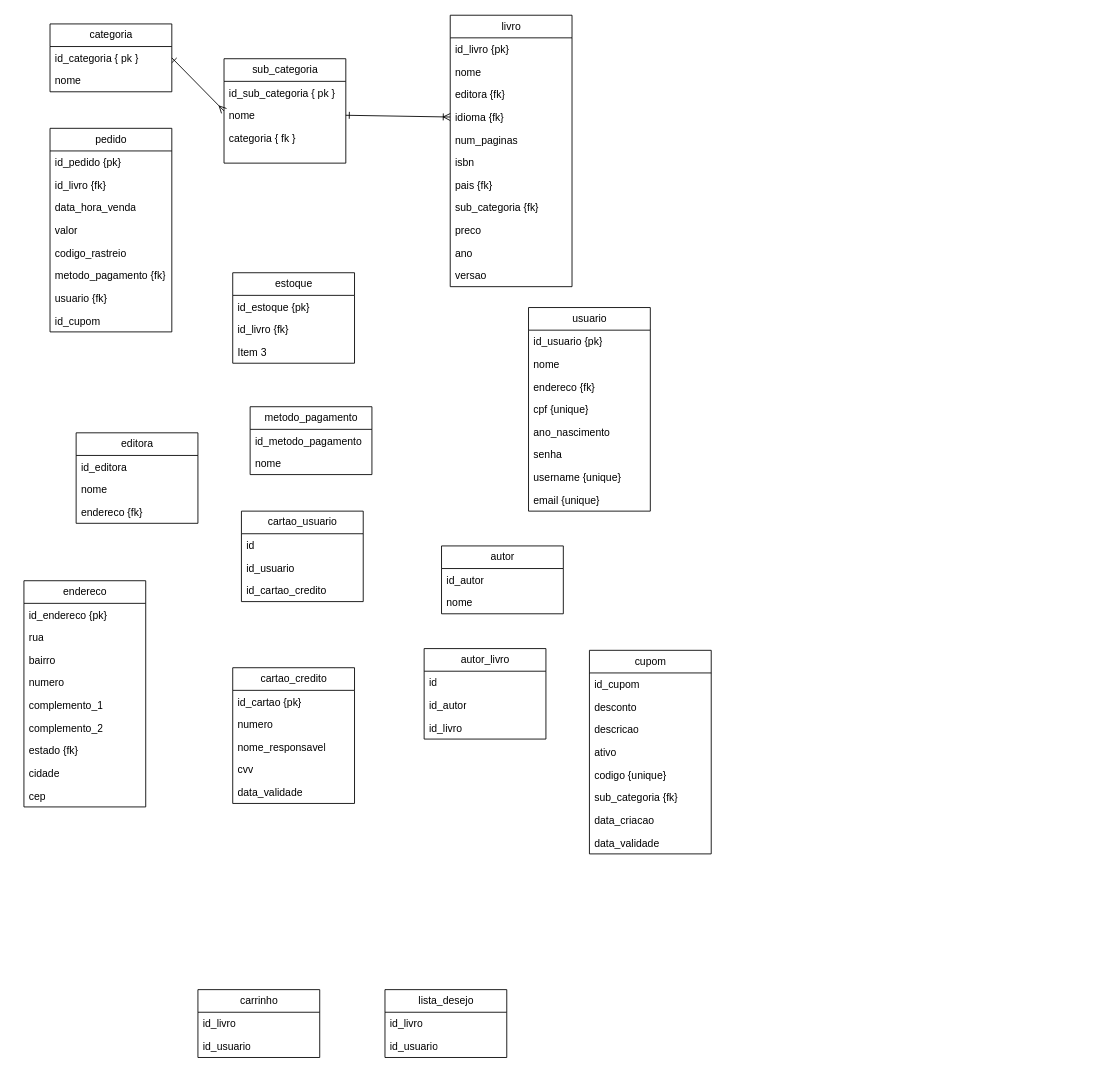
Earlier version of the draw.io diagram documentacao/modelagem.drawio (GusDev0258/55DSW-Livraria-back-end). Source tidied: cells renumbered, new cells numbered last; positions are measured from the earlier drawing's top-left corner, leaving out a move shared by most shapes. Both pictures are drawn from the tidied source at 87%, with x=0, y=0 at pixel (23, 15).
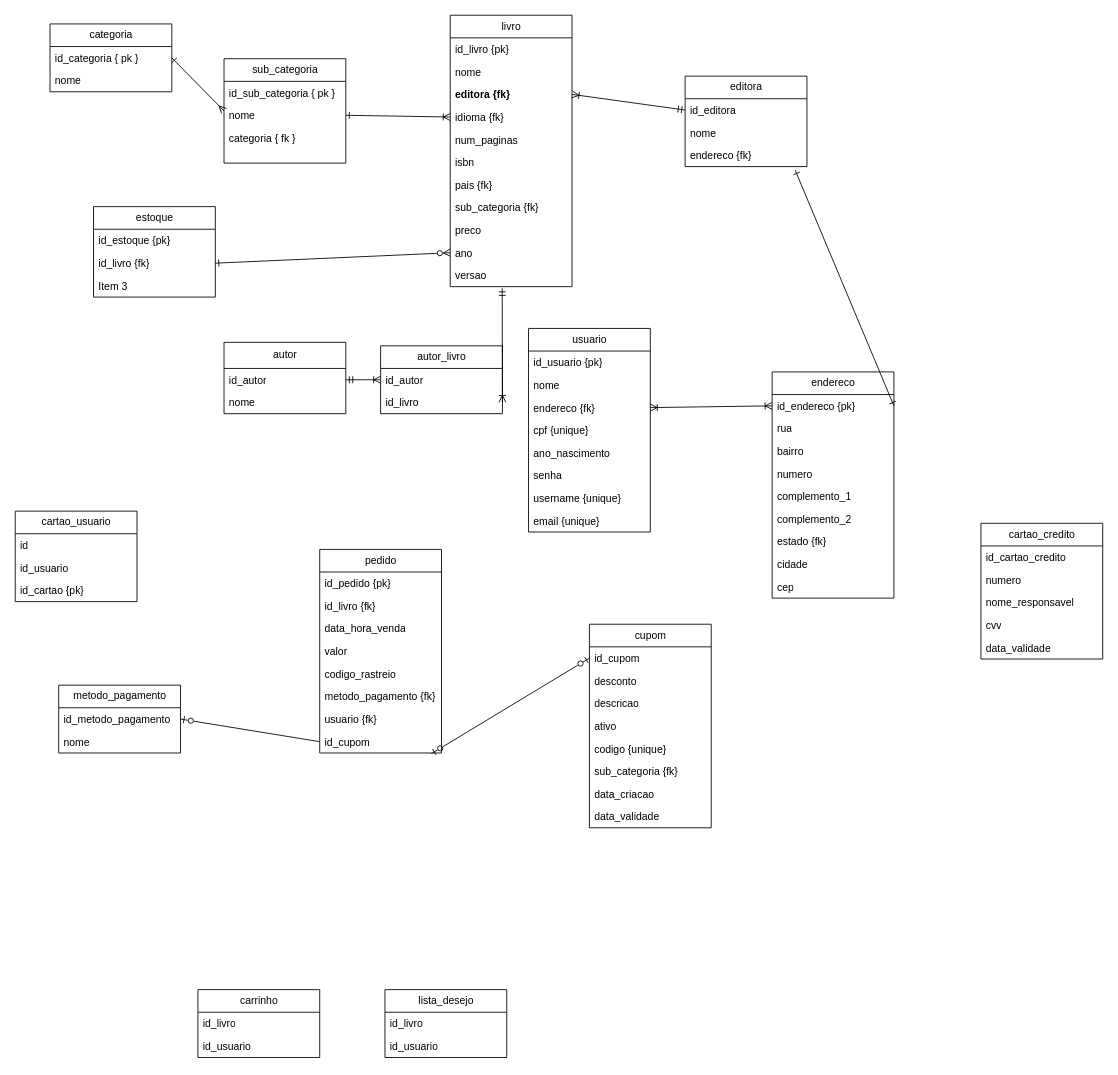
Above is the later version.

Unchanged cells that the change refers to:
```xml
<mxCell id="9" value="livro" style="swimlane;fontStyle=0;horizontal=1;startSize=26;fillColor=none;html=1;" parent="1" vertex="1">
  <mxGeometry x="490" width="140" height="312" as="geometry" />
</mxCell>
<mxCell id="19" value="ano" style="text;strokeColor=none;fillColor=none;align=left;verticalAlign=top;spacingLeft=4;spacingRight=4;overflow=hidden;points=[[0,0.5],[1,0.5]];portConstraint=eastwest;whiteSpace=wrap;html=1;" parent="9" vertex="1">
  <mxGeometry y="260" width="140" height="26" as="geometry" />
</mxCell>
<mxCell id="20" value="versao" style="text;strokeColor=none;fillColor=none;align=left;verticalAlign=top;spacingLeft=4;spacingRight=4;overflow=hidden;points=[[0,0.5],[1,0.5]];portConstraint=eastwest;whiteSpace=wrap;html=1;" parent="9" vertex="1">
  <mxGeometry y="286" width="140" height="26" as="geometry" />
</mxCell>
<mxCell id="29" value="id_cupom" style="text;strokeColor=none;fillColor=none;align=left;verticalAlign=top;spacingLeft=4;spacingRight=4;overflow=hidden;points=[[0,0.5],[1,0.5]];portConstraint=eastwest;whiteSpace=wrap;html=1;" parent="21" vertex="1">
  <mxGeometry y="208" width="140" height="26" as="geometry" />
</mxCell>
<mxCell id="32" value="id_livro {fk}" style="text;strokeColor=none;fillColor=none;align=left;verticalAlign=top;spacingLeft=4;spacingRight=4;overflow=hidden;points=[[0,0.5],[1,0.5]];portConstraint=eastwest;whiteSpace=wrap;html=1;" parent="30" vertex="1">
  <mxGeometry y="52" width="140" height="26" as="geometry" />
</mxCell>
<mxCell id="35" value="id_metodo_pagamento" style="text;strokeColor=none;fillColor=none;align=left;verticalAlign=top;spacingLeft=4;spacingRight=4;overflow=hidden;points=[[0,0.5],[1,0.5]];portConstraint=eastwest;whiteSpace=wrap;html=1;" parent="34" vertex="1">
  <mxGeometry y="26" width="140" height="26" as="geometry" />
</mxCell>
<mxCell id="38" value="id_editora" style="text;strokeColor=none;fillColor=none;align=left;verticalAlign=top;spacingLeft=4;spacingRight=4;overflow=hidden;points=[[0,0.5],[1,0.5]];portConstraint=eastwest;whiteSpace=wrap;html=1;" parent="37" vertex="1">
  <mxGeometry y="26" width="140" height="26" as="geometry" />
</mxCell>
<mxCell id="40" value="endereco {fk}" style="text;strokeColor=none;fillColor=none;align=left;verticalAlign=top;spacingLeft=4;spacingRight=4;overflow=hidden;points=[[0,0.5],[1,0.5]];portConstraint=eastwest;whiteSpace=wrap;html=1;" parent="37" vertex="1">
  <mxGeometry y="78" width="140" height="26" as="geometry" />
</mxCell>
<mxCell id="44" value="endereco {fk}" style="text;strokeColor=none;fillColor=none;align=left;verticalAlign=top;spacingLeft=4;spacingRight=4;overflow=hidden;points=[[0,0.5],[1,0.5]];portConstraint=eastwest;whiteSpace=wrap;html=1;" parent="41" vertex="1">
  <mxGeometry y="78" width="140" height="26" as="geometry" />
</mxCell>
<mxCell id="51" value="id_endereco {pk}" style="text;strokeColor=none;fillColor=none;align=left;verticalAlign=top;spacingLeft=4;spacingRight=4;overflow=hidden;points=[[0,0.5],[1,0.5]];portConstraint=eastwest;whiteSpace=wrap;html=1;" parent="50" vertex="1">
  <mxGeometry y="26" width="140" height="26" as="geometry" />
</mxCell>
<mxCell id="84" value="id_cupom" style="text;strokeColor=none;fillColor=none;align=left;verticalAlign=top;spacingLeft=4;spacingRight=4;overflow=hidden;points=[[0,0.5],[1,0.5]];portConstraint=eastwest;whiteSpace=wrap;html=1;" parent="83" vertex="1">
  <mxGeometry y="26" width="140" height="26" as="geometry" />
</mxCell>
```

What changed in the source:
```diff
@@
-    <mxCell id="12" value="editora {fk}" style="text;strokeColor=none;fillColor=none;align=left;verticalAlign=top;spacingLeft=4;spacingRight=4;overflow=hidden;points=[[0,0.5],[1,0.5]];portConstraint=eastwest;whiteSpace=wrap;html=1;" parent="9" vertex="1">
+    <mxCell id="12" value="editora {fk}" style="text;strokeColor=none;fillColor=none;align=left;verticalAlign=top;spacingLeft=4;spacingRight=4;overflow=hidden;points=[[0,0.5],[1,0.5]];portConstraint=eastwest;whiteSpace=wrap;html=1;fontStyle=1;" parent="9" vertex="1">
       <mxGeometry y="78" width="140" height="26" as="geometry" />
     </mxCell>
@@
     <mxCell id="21" value="pedido" style="swimlane;fontStyle=0;horizontal=1;startSize=26;fillColor=none;html=1;" parent="1" vertex="1">
-      <mxGeometry x="30" y="130" width="140" height="234" as="geometry" />
+      <mxGeometry x="340" y="614" width="140" height="234" as="geometry" />
     </mxCell>
@@
     <mxCell id="30" value="estoque" style="swimlane;fontStyle=0;horizontal=1;startSize=26;fillColor=none;html=1;" parent="1" vertex="1">
-      <mxGeometry x="240" y="296" width="140" height="104" as="geometry" />
+      <mxGeometry x="80" y="220" width="140" height="104" as="geometry" />
     </mxCell>
@@
     <mxCell id="34" value="metodo_pagamento" style="swimlane;fontStyle=0;horizontal=1;startSize=26;fillColor=none;html=1;" parent="1" vertex="1">
-      <mxGeometry x="260" y="450" width="140" height="78" as="geometry" />
+      <mxGeometry x="40" y="770" width="140" height="78" as="geometry" />
     </mxCell>
@@
     <mxCell id="37" value="editora" style="swimlane;fontStyle=0;horizontal=1;startSize=26;fillColor=none;html=1;" parent="1" vertex="1">
-      <mxGeometry x="60" y="480" width="140" height="104" as="geometry" />
+      <mxGeometry x="760" y="70" width="140" height="104" as="geometry" />
     </mxCell>
@@
     <mxCell id="41" value="usuario" style="swimlane;fontStyle=0;horizontal=1;startSize=26;fillColor=none;html=1;" parent="1" vertex="1">
-      <mxGeometry x="580" y="336" width="140" height="234" as="geometry" />
+      <mxGeometry x="580" y="360" width="140" height="234" as="geometry" />
     </mxCell>
@@
     <mxCell id="50" value="endereco" style="swimlane;fontStyle=0;horizontal=1;startSize=26;fillColor=none;html=1;" parent="1" vertex="1">
-      <mxGeometry y="650" width="140" height="260" as="geometry" />
+      <mxGeometry x="860" y="410" width="140" height="260" as="geometry" />
     </mxCell>
@@
     <mxCell id="60" value="cartao_credito" style="swimlane;fontStyle=0;horizontal=1;startSize=26;fillColor=none;html=1;" parent="1" vertex="1">
-      <mxGeometry x="240" y="750" width="140" height="156" as="geometry" />
+      <mxGeometry x="1100" y="584" width="140" height="156" as="geometry" />
     </mxCell>
-    <mxCell id="61" value="id_cartao {pk}" style="text;strokeColor=none;fillColor=none;align=left;verticalAlign=top;spacingLeft=4;spacingRight=4;overflow=hidden;whiteSpace=wrap;html=1;" parent="60" vertex="1">
-      <mxGeometry y="26" width="140" height="26" as="geometry" />
-    </mxCell>
+    <mxCell id="69" value="id_cartao_credito" style="text;strokeColor=none;fillColor=none;align=left;verticalAlign=top;spacingLeft=4;spacingRight=4;overflow=hidden;whiteSpace=wrap;html=1;" parent="60" vertex="1">
+      <mxGeometry y="26" width="140" height="26" as="geometry" />
+    </mxCell>
@@
     <mxCell id="66" value="cartao_usuario" style="swimlane;fontStyle=0;horizontal=1;startSize=26;fillColor=none;html=1;" parent="1" vertex="1">
-      <mxGeometry x="250" y="570" width="140" height="104" as="geometry" />
+      <mxGeometry x="-10" y="570" width="140" height="104" as="geometry" />
     </mxCell>
@@
-    <mxCell id="69" value="id_cartao_credito" style="text;strokeColor=none;fillColor=none;align=left;verticalAlign=top;spacingLeft=4;spacingRight=4;overflow=hidden;whiteSpace=wrap;html=1;" parent="66" vertex="1">
-      <mxGeometry y="78" width="140" height="26" as="geometry" />
-    </mxCell>
+    <mxCell id="61" value="id_cartao {pk}" style="text;strokeColor=none;fillColor=none;align=left;verticalAlign=top;spacingLeft=4;spacingRight=4;overflow=hidden;whiteSpace=wrap;html=1;" parent="66" vertex="1">
+      <mxGeometry y="78" width="140" height="26" as="geometry" />
+    </mxCell>
-    <mxCell id="70" value="autor" style="swimlane;fontStyle=0;horizontal=1;startSize=26;fillColor=none;html=1;" parent="1" vertex="1">
-      <mxGeometry x="480" y="610" width="140" height="78" as="geometry" />
+    <mxCell id="70" value="autor" style="swimlane;fontStyle=0;horizontal=1;startSize=30;fillColor=none;html=1;" parent="1" vertex="1">
+      <mxGeometry x="230" y="376" width="140" height="82" as="geometry" />
     </mxCell>
     <mxCell id="71" value="id_autor" style="text;strokeColor=none;fillColor=none;align=left;verticalAlign=top;spacingLeft=4;spacingRight=4;overflow=hidden;points=[[0,0.5],[1,0.5]];portConstraint=eastwest;whiteSpace=wrap;html=1;" parent="70" vertex="1">
-      <mxGeometry y="26" width="140" height="26" as="geometry" />
+      <mxGeometry y="30" width="140" height="26" as="geometry" />
     </mxCell>
     <mxCell id="72" value="nome" style="text;strokeColor=none;fillColor=none;align=left;verticalAlign=top;spacingLeft=4;spacingRight=4;overflow=hidden;whiteSpace=wrap;html=1;" parent="70" vertex="1">
-      <mxGeometry y="52" width="140" height="26" as="geometry" />
+      <mxGeometry y="56" width="140" height="26" as="geometry" />
     </mxCell>
@@
     <mxCell id="76" value="autor_livro" style="swimlane;fontStyle=0;horizontal=1;startSize=26;fillColor=none;html=1;" parent="1" vertex="1">
-      <mxGeometry x="460" y="728" width="140" height="104" as="geometry" />
+      <mxGeometry x="410" y="380" width="140" height="78" as="geometry" />
     </mxCell>
-    <mxCell id="77" value="id" style="text;strokeColor=none;fillColor=none;align=left;verticalAlign=top;spacingLeft=4;spacingRight=4;overflow=hidden;whiteSpace=wrap;html=1;" parent="76" vertex="1">
-      <mxGeometry y="26" width="140" height="26" as="geometry" />
-    </mxCell>
     <mxCell id="78" value="id_autor" style="text;strokeColor=none;fillColor=none;align=left;verticalAlign=top;spacingLeft=4;spacingRight=4;overflow=hidden;points=[[0,0.5],[1,0.5]];portConstraint=eastwest;whiteSpace=wrap;html=1;" parent="76" vertex="1">
-      <mxGeometry y="52" width="140" height="26" as="geometry" />
+      <mxGeometry y="26" width="140" height="26" as="geometry" />
     </mxCell>
     <mxCell id="79" value="id_livro" style="text;strokeColor=none;fillColor=none;align=left;verticalAlign=top;spacingLeft=4;spacingRight=4;overflow=hidden;points=[[0,0.5],[1,0.5]];portConstraint=eastwest;whiteSpace=wrap;html=1;" parent="76" vertex="1">
-      <mxGeometry y="78" width="140" height="26" as="geometry" />
+      <mxGeometry y="52" width="140" height="26" as="geometry" />
     </mxCell>
@@
     <mxCell id="83" value="cupom" style="swimlane;fontStyle=0;horizontal=1;startSize=26;fillColor=none;html=1;" parent="1" vertex="1">
-      <mxGeometry x="650" y="730" width="140" height="234" as="geometry" />
+      <mxGeometry x="650" y="700" width="140" height="234" as="geometry" />
     </mxCell>
@@
+    <mxCell id="94" style="edgeStyle=none;html=1;exitX=0;exitY=0.5;exitDx=0;exitDy=0;entryX=1;entryY=0.5;entryDx=0;entryDy=0;endArrow=ERone;endFill=0;startArrow=ERzeroToMany;startFill=0;" parent="1" edge="1" source="19" target="32">
+      <mxGeometry relative="1" as="geometry" />
+    </mxCell>
+    <mxCell id="95" style="edgeStyle=none;html=1;endArrow=ERzeroToOne;endFill=0;entryX=1;entryY=0.5;entryDx=0;entryDy=0;exitX=0;exitY=0.5;exitDx=0;exitDy=0;" parent="1" edge="1" source="29" target="35">
+      <mxGeometry relative="1" as="geometry" />
+    </mxCell>
+    <mxCell id="96" style="edgeStyle=none;html=1;exitX=1;exitY=0.5;exitDx=0;exitDy=0;entryX=0.904;entryY=1.161;entryDx=0;entryDy=0;entryPerimeter=0;startArrow=ERone;startFill=0;endArrow=ERone;endFill=0;" parent="1" edge="1" source="51" target="40">
+      <mxGeometry relative="1" as="geometry" />
+    </mxCell>
+    <mxCell id="97" style="edgeStyle=none;html=1;exitX=0;exitY=0.5;exitDx=0;exitDy=0;entryX=0.916;entryY=1.032;entryDx=0;entryDy=0;entryPerimeter=0;startArrow=ERzeroToOne;startFill=0;endArrow=ERzeroToOne;endFill=0;" parent="1" edge="1" source="84" target="29">
+      <mxGeometry relative="1" as="geometry" />
+    </mxCell>
+    <mxCell id="98" style="edgeStyle=none;html=1;exitX=0;exitY=0.5;exitDx=0;exitDy=0;entryX=1;entryY=0.5;entryDx=0;entryDy=0;endArrow=ERmandOne;endFill=0;startArrow=ERoneToMany;startFill=0;" parent="1" edge="1" source="78" target="71">
+      <mxGeometry relative="1" as="geometry" />
+    </mxCell>
+    <mxCell id="99" style="edgeStyle=none;html=1;exitX=1;exitY=0.5;exitDx=0;exitDy=0;entryX=0.427;entryY=1.077;entryDx=0;entryDy=0;entryPerimeter=0;startArrow=ERoneToMany;startFill=0;endArrow=ERmandOne;endFill=0;" parent="1" edge="1" source="79" target="20">
+      <mxGeometry relative="1" as="geometry" />
+    </mxCell>
+    <mxCell id="100" style="edgeStyle=none;html=1;exitX=1;exitY=0.5;exitDx=0;exitDy=0;entryX=0;entryY=0.5;entryDx=0;entryDy=0;startArrow=ERoneToMany;startFill=0;endArrow=ERmandOne;endFill=0;" parent="1" edge="1" source="12" target="38">
+      <mxGeometry relative="1" as="geometry" />
+    </mxCell>
+    <mxCell id="101" style="edgeStyle=none;html=1;exitX=0;exitY=0.5;exitDx=0;exitDy=0;entryX=1;entryY=0.5;entryDx=0;entryDy=0;startArrow=ERoneToMany;startFill=0;endArrow=ERoneToMany;endFill=0;" parent="1" edge="1" source="51" target="44">
+      <mxGeometry relative="1" as="geometry" />
+    </mxCell>
```
